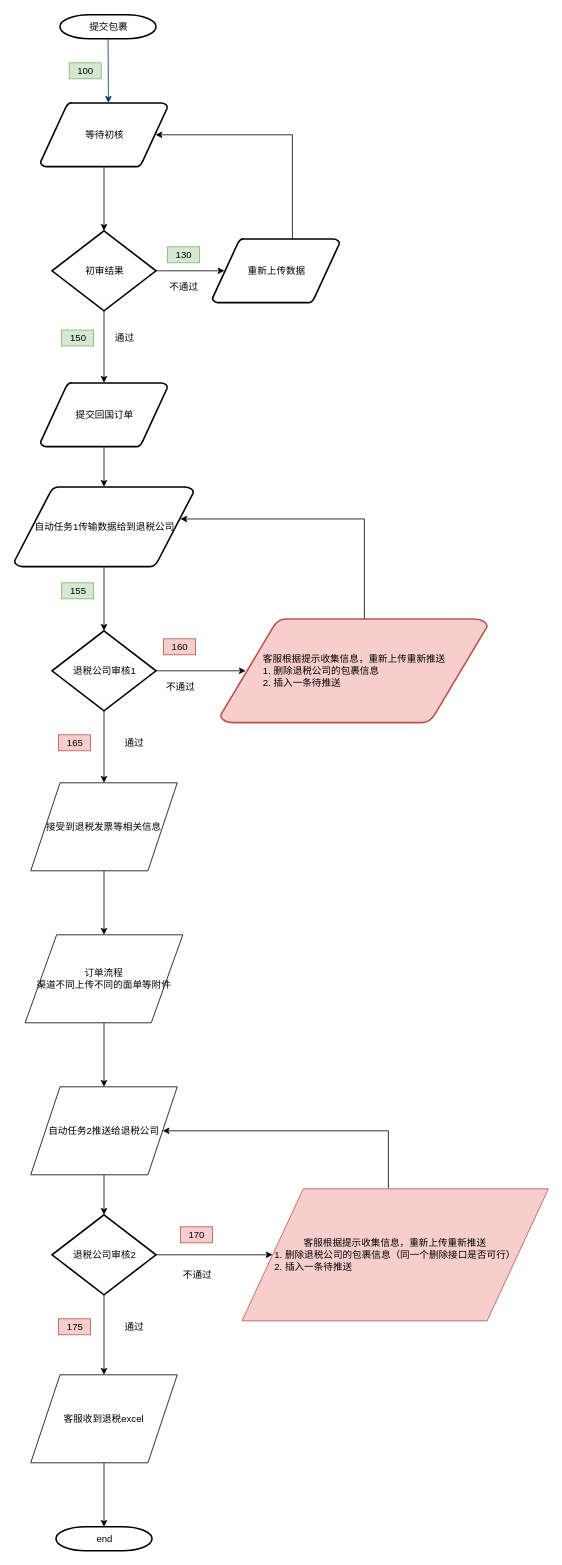
maclxf/ProjectDraw keeps this draw.io diagram as tax_refund_flow.drawio. Above is the earlier version. Source tidied: cells renumbered, new cells numbered last; positions are measured from the earlier drawing's top-left corner, leaving out a move shared by most shapes. Both pictures are drawn from the tidied source at 80%, with x=0, y=0 at pixel (14, 14).
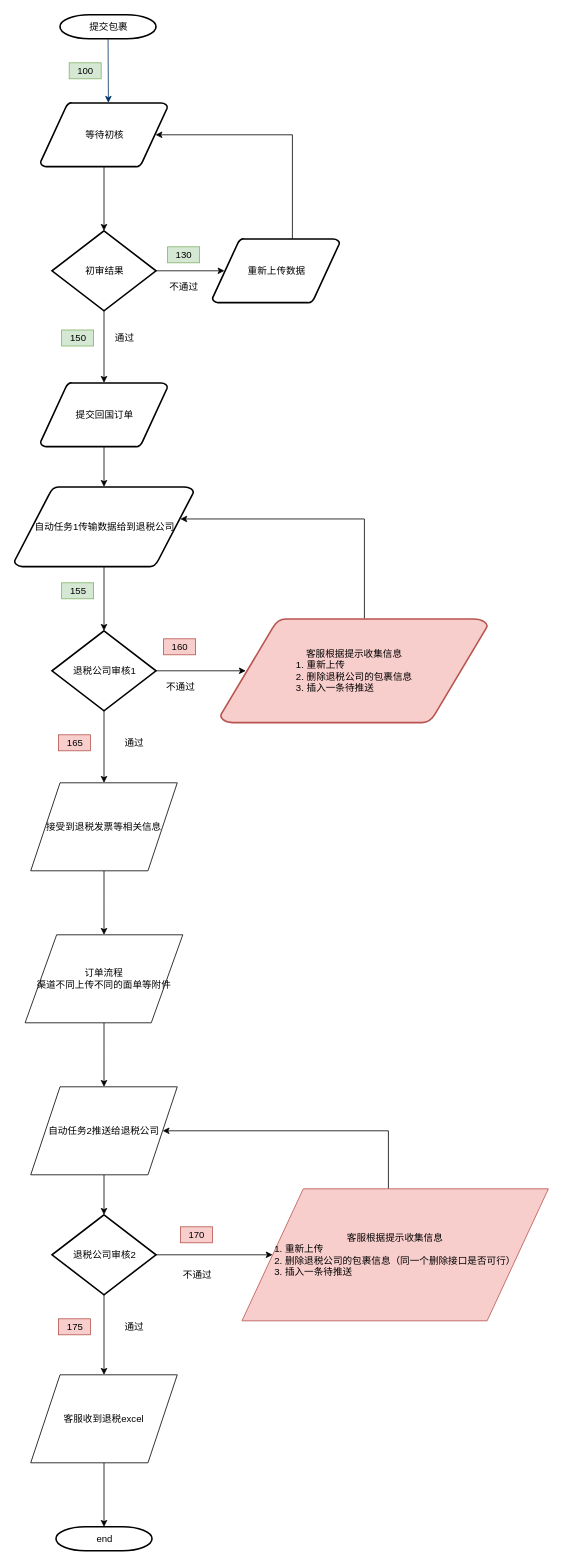
The same page after the edit.

The edit, as a diff of the source:
```diff
@@
-    <mxCell id="28" value="客服根据提示收集信息，重新上传重新推送&lt;br&gt;&lt;div style=&quot;text-align: left&quot;&gt;&lt;span&gt;1. 删除退税公司的包裹信息&lt;/span&gt;&lt;/div&gt;&lt;div style=&quot;text-align: left&quot;&gt;&lt;span&gt;2. 插入一条待推送&lt;/span&gt;&lt;/div&gt;" style="shape=mxgraph.flowchart.data;strokeWidth=2;gradientDirection=north;fontStyle=0;html=1;fillColor=#f8cecc;strokeColor=#b85450;" parent="1" vertex="1">
+    <mxCell id="28" value="客服根据提示收集信息&lt;br&gt;&lt;div style=&quot;text-align: left&quot;&gt;&lt;span&gt;1. 重新上传&lt;/span&gt;&lt;/div&gt;&lt;div style=&quot;text-align: left&quot;&gt;&lt;span&gt;2. 删除退税公司的包裹信息&lt;/span&gt;&lt;/div&gt;&lt;div style=&quot;text-align: left&quot;&gt;&lt;span&gt;3. 插入一条待推送&lt;/span&gt;&lt;/div&gt;" style="shape=mxgraph.flowchart.data;strokeWidth=2;gradientDirection=north;fontStyle=0;html=1;fillColor=#f8cecc;strokeColor=#b85450;" parent="1" vertex="1">
       <mxGeometry x="258" y="755" width="334" height="130" as="geometry" />
     </mxCell>
@@
-    <mxCell id="41" value="&lt;span&gt;客服根据提示收集信息，重新上传重新推送&lt;/span&gt;&lt;br&gt;&lt;div style=&quot;text-align: left&quot;&gt;1. 删除退税公司的包裹信息（同一个删除接口是否可行）&lt;/div&gt;&lt;div style=&quot;text-align: left&quot;&gt;2. 插入一条待推送&lt;/div&gt;" style="shape=parallelogram;perimeter=parallelogramPerimeter;whiteSpace=wrap;html=1;fillColor=#f8cecc;strokeColor=#b85450;" parent="1" vertex="1">
+    <mxCell id="41" value="&lt;span&gt;客服根据提示收集信息&lt;br&gt;&lt;div style=&quot;text-align: left&quot;&gt;&lt;span&gt;1. 重新上传&lt;/span&gt;&lt;/div&gt;&lt;/span&gt;&lt;div style=&quot;text-align: left&quot;&gt;2. 删除退税公司的包裹信息（同一个删除接口是否可行）&lt;/div&gt;&lt;div style=&quot;text-align: left&quot;&gt;3. 插入一条待推送&lt;/div&gt;" style="shape=parallelogram;perimeter=parallelogramPerimeter;whiteSpace=wrap;html=1;fillColor=#f8cecc;strokeColor=#b85450;" parent="1" vertex="1">
       <mxGeometry x="285" y="1467.5" width="383" height="165" as="geometry" />
     </mxCell>
```
